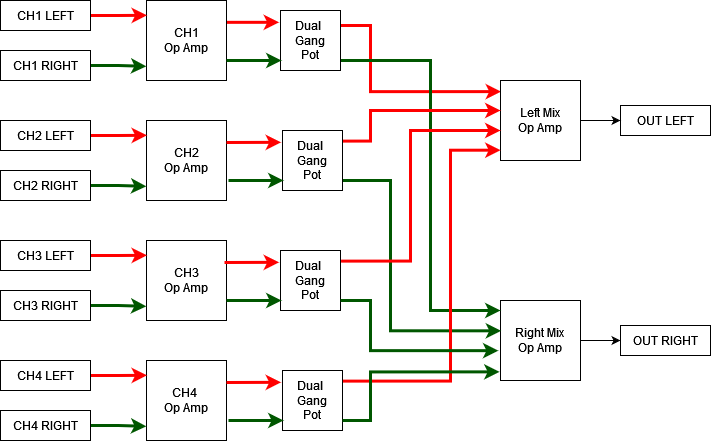
cracked-machine/Tiny4xPoweredStereoMixer keeps this draw.io diagram as BlockDiagram.drawio.png. Above is the earlier version. Source tidied: cells renumbered, new cells last; positions are measured from the earlier drawing's top-left corner, leaving out a move shared by most shapes.
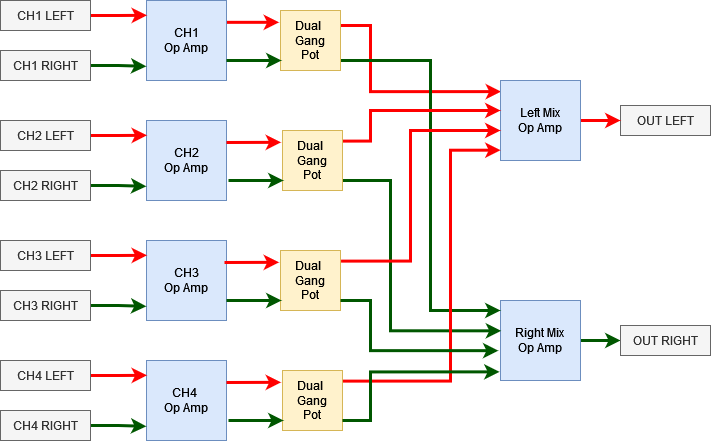
Above is the later version.

Diff of the diagram source:
```diff
@@ -5,13 +5,13 @@
     <mxCell id="2" style="rounded=0;jettySize=auto;html=1;entryX=-0.024;entryY=0.197;entryDx=0;entryDy=0;entryPerimeter=0;exitX=0.976;exitY=0.273;exitDx=0;exitDy=0;exitPerimeter=0;strokeColor=#FF0000;strokeWidth=3;" parent="1" edge="1" source="3" target="29">
       <mxGeometry relative="1" as="geometry" />
     </mxCell>
-    <mxCell id="3" value="&lt;div&gt;CH1&lt;/div&gt;&lt;div&gt;Op Amp&lt;/div&gt;" style="whiteSpace=wrap;html=1;" parent="1" vertex="1">
+    <mxCell id="3" value="&lt;div&gt;CH1&lt;/div&gt;&lt;div&gt;Op Amp&lt;/div&gt;" style="whiteSpace=wrap;html=1;fillColor=#dae8fc;strokeColor=#6c8ebf;" parent="1" vertex="1">
       <mxGeometry x="146" width="80" height="80" as="geometry" />
     </mxCell>
-    <mxCell id="4" style="edgeStyle=orthogonalEdgeStyle;rounded=0;jettySize=auto;html=1;exitX=1;exitY=0.5;exitDx=0;exitDy=0;" parent="1" edge="1" source="5" target="26">
+    <mxCell id="4" style="edgeStyle=orthogonalEdgeStyle;rounded=0;jettySize=auto;html=1;exitX=1;exitY=0.5;exitDx=0;exitDy=0;strokeColor=#005700;strokeWidth=3;" parent="1" edge="1" source="5" target="26">
       <mxGeometry relative="1" as="geometry" />
     </mxCell>
-    <mxCell id="5" value="&lt;div&gt;Right Mix&lt;br&gt;&lt;/div&gt;&lt;div&gt;Op Amp&lt;/div&gt;" style="whiteSpace=wrap;html=1;" parent="1" vertex="1">
+    <mxCell id="5" value="&lt;div&gt;Right Mix&lt;br&gt;&lt;/div&gt;&lt;div&gt;Op Amp&lt;/div&gt;" style="whiteSpace=wrap;html=1;fillColor=#dae8fc;strokeColor=#6c8ebf;" parent="1" vertex="1">
       <mxGeometry x="500" y="300" width="80" height="80" as="geometry" />
     </mxCell>
     <mxCell id="6" style="edgeStyle=orthogonalEdgeStyle;rounded=0;jettySize=auto;html=1;entryX=-0.002;entryY=0.823;entryDx=0;entryDy=0;entryPerimeter=0;exitX=1;exitY=0.5;exitDx=0;exitDy=0;fillColor=#008a00;strokeColor=#005700;strokeWidth=3;" parent="1" edge="1" source="9" target="3">
@@ -20,13 +20,13 @@
     <mxCell id="7" style="edgeStyle=orthogonalEdgeStyle;rounded=0;jettySize=auto;html=1;entryX=0.006;entryY=0.185;entryDx=0;entryDy=0;entryPerimeter=0;exitX=1;exitY=0.5;exitDx=0;exitDy=0;strokeColor=#FF0000;strokeWidth=3;" parent="1" edge="1" source="8" target="3">
       <mxGeometry relative="1" as="geometry" />
     </mxCell>
-    <mxCell id="8" value="CH1 LEFT" style="rounded=0;whiteSpace=wrap;html=1;" parent="1" vertex="1">
+    <mxCell id="8" value="CH1 LEFT" style="rounded=0;whiteSpace=wrap;html=1;fillColor=#f5f5f5;fontColor=#333333;strokeColor=#666666;" parent="1" vertex="1">
       <mxGeometry width="90" height="30" as="geometry" />
     </mxCell>
-    <mxCell id="9" value="CH1 RIGHT" style="rounded=0;whiteSpace=wrap;html=1;" parent="1" vertex="1">
+    <mxCell id="9" value="CH1 RIGHT" style="rounded=0;whiteSpace=wrap;html=1;fillColor=#f5f5f5;fontColor=#333333;strokeColor=#666666;" parent="1" vertex="1">
       <mxGeometry y="50" width="90" height="30" as="geometry" />
     </mxCell>
-    <mxCell id="10" value="&lt;div&gt;CH2&lt;/div&gt;&lt;div&gt;Op Amp&lt;/div&gt;" style="whiteSpace=wrap;html=1;" parent="1" vertex="1">
+    <mxCell id="10" value="&lt;div&gt;CH2&lt;/div&gt;&lt;div&gt;Op Amp&lt;/div&gt;" style="whiteSpace=wrap;html=1;fillColor=#dae8fc;strokeColor=#6c8ebf;" parent="1" vertex="1">
       <mxGeometry x="146" y="120" width="80" height="80" as="geometry" />
     </mxCell>
     <mxCell id="11" style="edgeStyle=orthogonalEdgeStyle;rounded=0;jettySize=auto;html=1;entryX=-0.002;entryY=0.823;entryDx=0;entryDy=0;entryPerimeter=0;exitX=1;exitY=0.5;exitDx=0;exitDy=0;fillColor=#008a00;strokeColor=#005700;strokeWidth=3;" parent="1" edge="1" source="14" target="10">
@@ -35,13 +35,13 @@
     <mxCell id="12" style="edgeStyle=orthogonalEdgeStyle;rounded=0;jettySize=auto;html=1;entryX=0.006;entryY=0.185;entryDx=0;entryDy=0;entryPerimeter=0;exitX=1;exitY=0.5;exitDx=0;exitDy=0;strokeColor=#FF0000;strokeWidth=3;" parent="1" edge="1" source="13" target="10">
       <mxGeometry relative="1" as="geometry" />
     </mxCell>
-    <mxCell id="13" value="CH2 LEFT" style="rounded=0;whiteSpace=wrap;html=1;" parent="1" vertex="1">
+    <mxCell id="13" value="CH2 LEFT" style="rounded=0;whiteSpace=wrap;html=1;fillColor=#f5f5f5;fontColor=#333333;strokeColor=#666666;" parent="1" vertex="1">
       <mxGeometry y="120" width="90" height="30" as="geometry" />
     </mxCell>
-    <mxCell id="14" value="CH2 RIGHT" style="rounded=0;whiteSpace=wrap;html=1;" parent="1" vertex="1">
+    <mxCell id="14" value="CH2 RIGHT" style="rounded=0;whiteSpace=wrap;html=1;fillColor=#f5f5f5;fontColor=#333333;strokeColor=#666666;" parent="1" vertex="1">
       <mxGeometry y="170" width="90" height="30" as="geometry" />
     </mxCell>
-    <mxCell id="15" value="&lt;div&gt;CH3&lt;/div&gt;&lt;div&gt;Op Amp&lt;/div&gt;" style="whiteSpace=wrap;html=1;" parent="1" vertex="1">
+    <mxCell id="15" value="&lt;div&gt;CH3&lt;/div&gt;&lt;div&gt;Op Amp&lt;/div&gt;" style="whiteSpace=wrap;html=1;fillColor=#dae8fc;strokeColor=#6c8ebf;" parent="1" vertex="1">
       <mxGeometry x="146" y="240" width="80" height="80" as="geometry" />
     </mxCell>
     <mxCell id="16" style="edgeStyle=orthogonalEdgeStyle;rounded=0;jettySize=auto;html=1;entryX=-0.002;entryY=0.823;entryDx=0;entryDy=0;entryPerimeter=0;exitX=1;exitY=0.5;exitDx=0;exitDy=0;fillColor=#008a00;strokeColor=#005700;strokeWidth=3;" parent="1" edge="1" source="19" target="15">
@@ -50,13 +50,13 @@
     <mxCell id="17" style="edgeStyle=orthogonalEdgeStyle;rounded=0;jettySize=auto;html=1;entryX=0.006;entryY=0.185;entryDx=0;entryDy=0;entryPerimeter=0;exitX=1;exitY=0.5;exitDx=0;exitDy=0;strokeColor=#FF0000;strokeWidth=3;" parent="1" edge="1" source="18" target="15">
       <mxGeometry relative="1" as="geometry" />
     </mxCell>
-    <mxCell id="18" value="CH3 LEFT" style="rounded=0;whiteSpace=wrap;html=1;" parent="1" vertex="1">
+    <mxCell id="18" value="CH3 LEFT" style="rounded=0;whiteSpace=wrap;html=1;fillColor=#f5f5f5;fontColor=#333333;strokeColor=#666666;" parent="1" vertex="1">
       <mxGeometry y="240" width="90" height="30" as="geometry" />
     </mxCell>
-    <mxCell id="19" value="CH3 RIGHT" style="rounded=0;whiteSpace=wrap;html=1;" parent="1" vertex="1">
+    <mxCell id="19" value="CH3 RIGHT" style="rounded=0;whiteSpace=wrap;html=1;fillColor=#f5f5f5;fontColor=#333333;strokeColor=#666666;" parent="1" vertex="1">
       <mxGeometry y="290" width="90" height="30" as="geometry" />
     </mxCell>
-    <mxCell id="20" value="&lt;div&gt;CH4&amp;nbsp;&lt;/div&gt;&lt;div&gt;Op Amp&lt;/div&gt;" style="whiteSpace=wrap;html=1;" parent="1" vertex="1">
+    <mxCell id="20" value="&lt;div&gt;CH4&amp;nbsp;&lt;/div&gt;&lt;div&gt;Op Amp&lt;/div&gt;" style="whiteSpace=wrap;html=1;fillColor=#dae8fc;strokeColor=#6c8ebf;" parent="1" vertex="1">
       <mxGeometry x="146" y="360" width="80" height="80" as="geometry" />
     </mxCell>
     <mxCell id="21" style="edgeStyle=orthogonalEdgeStyle;rounded=0;jettySize=auto;html=1;entryX=-0.002;entryY=0.823;entryDx=0;entryDy=0;entryPerimeter=0;exitX=1;exitY=0.5;exitDx=0;exitDy=0;fillColor=#008a00;strokeColor=#005700;strokeWidth=3;" parent="1" edge="1" source="24" target="20">
@@ -65,16 +65,16 @@
     <mxCell id="22" style="edgeStyle=orthogonalEdgeStyle;rounded=0;jettySize=auto;html=1;entryX=0.006;entryY=0.185;entryDx=0;entryDy=0;entryPerimeter=0;exitX=1;exitY=0.5;exitDx=0;exitDy=0;strokeColor=#FF0000;strokeWidth=3;" parent="1" edge="1" source="23" target="20">
       <mxGeometry relative="1" as="geometry" />
     </mxCell>
-    <mxCell id="23" value="CH4 LEFT" style="rounded=0;whiteSpace=wrap;html=1;" parent="1" vertex="1">
+    <mxCell id="23" value="CH4 LEFT" style="rounded=0;whiteSpace=wrap;html=1;fillColor=#f5f5f5;fontColor=#333333;strokeColor=#666666;" parent="1" vertex="1">
       <mxGeometry y="360" width="90" height="30" as="geometry" />
     </mxCell>
-    <mxCell id="24" value="CH4 RIGHT" style="rounded=0;whiteSpace=wrap;html=1;" parent="1" vertex="1">
+    <mxCell id="24" value="CH4 RIGHT" style="rounded=0;whiteSpace=wrap;html=1;fillColor=#f5f5f5;fontColor=#333333;strokeColor=#666666;" parent="1" vertex="1">
       <mxGeometry y="410" width="90" height="30" as="geometry" />
     </mxCell>
-    <mxCell id="25" value="OUT LEFT" style="rounded=0;whiteSpace=wrap;html=1;" parent="1" vertex="1">
+    <mxCell id="25" value="OUT LEFT" style="rounded=0;whiteSpace=wrap;html=1;fillColor=#f5f5f5;fontColor=#333333;strokeColor=#666666;" parent="1" vertex="1">
       <mxGeometry x="620" y="105" width="90" height="30" as="geometry" />
     </mxCell>
-    <mxCell id="26" value="OUT RIGHT" style="rounded=0;whiteSpace=wrap;html=1;" parent="1" vertex="1">
+    <mxCell id="26" value="OUT RIGHT" style="rounded=0;whiteSpace=wrap;html=1;fillColor=#f5f5f5;fontColor=#333333;strokeColor=#666666;" parent="1" vertex="1">
       <mxGeometry x="620" y="325" width="90" height="30" as="geometry" />
     </mxCell>
     <mxCell id="27" style="edgeStyle=orthogonalEdgeStyle;rounded=0;jettySize=auto;html=1;entryX=0.007;entryY=0.139;entryDx=0;entryDy=0;exitX=1;exitY=0.25;exitDx=0;exitDy=0;entryPerimeter=0;strokeColor=#FF0000;strokeWidth=3;" parent="1" edge="1" source="29" target="32">
@@ -93,7 +93,7 @@
         </Array>
       </mxGeometry>
     </mxCell>
-    <mxCell id="29" value="&lt;div&gt;Dual&amp;nbsp;&lt;/div&gt;&lt;div&gt;Gang &lt;br&gt;&lt;/div&gt;&lt;div&gt;Pot&lt;br&gt;&lt;/div&gt;" style="whiteSpace=wrap;html=1;" parent="1" vertex="1">
+    <mxCell id="29" value="&lt;div&gt;Dual&amp;nbsp;&lt;/div&gt;&lt;div&gt;Gang &lt;br&gt;&lt;/div&gt;&lt;div&gt;Pot&lt;br&gt;&lt;/div&gt;" style="whiteSpace=wrap;html=1;fillColor=#fff2cc;strokeColor=#d6b656;" parent="1" vertex="1">
       <mxGeometry x="280" y="10" width="60" height="60" as="geometry" />
     </mxCell>
     <mxCell id="30" style="rounded=0;orthogonalLoop=1;jettySize=auto;html=1;entryX=-0.024;entryY=0.197;entryDx=0;entryDy=0;entryPerimeter=0;exitX=0.976;exitY=0.273;exitDx=0;exitDy=0;exitPerimeter=0;fillColor=#008a00;strokeColor=#005700;strokeWidth=3;" parent="1" edge="1">
@@ -102,10 +102,10 @@
         <mxPoint x="281" y="60" as="targetPoint" />
       </mxGeometry>
     </mxCell>
-    <mxCell id="31" style="edgeStyle=orthogonalEdgeStyle;rounded=0;jettySize=auto;html=1;entryX=0;entryY=0.5;entryDx=0;entryDy=0;" parent="1" edge="1" source="32" target="25">
+    <mxCell id="31" style="edgeStyle=orthogonalEdgeStyle;rounded=0;jettySize=auto;html=1;entryX=0;entryY=0.5;entryDx=0;entryDy=0;strokeColor=#FF0000;strokeWidth=3;" parent="1" edge="1" source="32" target="25">
       <mxGeometry relative="1" as="geometry" />
     </mxCell>
-    <mxCell id="32" value="&lt;div&gt;Left Mix&lt;br&gt;&lt;/div&gt;&lt;div&gt;Op Amp&lt;/div&gt;" style="whiteSpace=wrap;html=1;" parent="1" vertex="1">
+    <mxCell id="32" value="&lt;div&gt;Left Mix&lt;br&gt;&lt;/div&gt;&lt;div&gt;Op Amp&lt;/div&gt;" style="whiteSpace=wrap;html=1;fillColor=#dae8fc;strokeColor=#6c8ebf;" parent="1" vertex="1">
       <mxGeometry x="500" y="80" width="80" height="80" as="geometry" />
     </mxCell>
     <mxCell id="33" style="rounded=0;jettySize=auto;html=1;entryX=-0.024;entryY=0.197;entryDx=0;entryDy=0;entryPerimeter=0;exitX=0.976;exitY=0.273;exitDx=0;exitDy=0;exitPerimeter=0;strokeColor=#FF0000;strokeWidth=3;" parent="1" edge="1" target="36">
@@ -130,7 +130,7 @@
         </Array>
       </mxGeometry>
     </mxCell>
-    <mxCell id="36" value="&lt;div&gt;Dual&amp;nbsp;&lt;/div&gt;&lt;div&gt;Gang &lt;br&gt;&lt;/div&gt;&lt;div&gt;Pot&lt;br&gt;&lt;/div&gt;" style="whiteSpace=wrap;html=1;" parent="1" vertex="1">
+    <mxCell id="36" value="&lt;div&gt;Dual&amp;nbsp;&lt;/div&gt;&lt;div&gt;Gang &lt;br&gt;&lt;/div&gt;&lt;div&gt;Pot&lt;br&gt;&lt;/div&gt;" style="whiteSpace=wrap;html=1;fillColor=#fff2cc;strokeColor=#d6b656;" parent="1" vertex="1">
       <mxGeometry x="282" y="130" width="60" height="60" as="geometry" />
     </mxCell>
     <mxCell id="37" style="rounded=0;orthogonalLoop=1;jettySize=auto;html=1;entryX=-0.024;entryY=0.197;entryDx=0;entryDy=0;entryPerimeter=0;exitX=0.976;exitY=0.273;exitDx=0;exitDy=0;exitPerimeter=0;fillColor=#008a00;strokeColor=#005700;strokeWidth=3;" parent="1" edge="1">
@@ -153,7 +153,7 @@
         </Array>
       </mxGeometry>
     </mxCell>
-    <mxCell id="40" value="&lt;div&gt;Dual&amp;nbsp;&lt;/div&gt;&lt;div&gt;Gang &lt;br&gt;&lt;/div&gt;&lt;div&gt;Pot&lt;br&gt;&lt;/div&gt;" style="whiteSpace=wrap;html=1;" parent="1" vertex="1">
+    <mxCell id="40" value="&lt;div&gt;Dual&amp;nbsp;&lt;/div&gt;&lt;div&gt;Gang &lt;br&gt;&lt;/div&gt;&lt;div&gt;Pot&lt;br&gt;&lt;/div&gt;" style="whiteSpace=wrap;html=1;fillColor=#fff2cc;strokeColor=#d6b656;" parent="1" vertex="1">
       <mxGeometry x="280" y="250" width="60" height="60" as="geometry" />
     </mxCell>
     <mxCell id="41" style="rounded=0;orthogonalLoop=1;jettySize=auto;html=1;entryX=-0.024;entryY=0.197;entryDx=0;entryDy=0;entryPerimeter=0;exitX=0.976;exitY=0.273;exitDx=0;exitDy=0;exitPerimeter=0;fillColor=#008a00;strokeColor=#005700;strokeWidth=3;" parent="1" edge="1">
@@ -167,7 +167,7 @@
         <mxPoint x="226" y="382" as="sourcePoint" />
       </mxGeometry>
     </mxCell>
-    <mxCell id="43" value="&lt;div&gt;Dual&amp;nbsp;&lt;/div&gt;&lt;div&gt;Gang &lt;br&gt;&lt;/div&gt;&lt;div&gt;Pot&lt;br&gt;&lt;/div&gt;" style="whiteSpace=wrap;html=1;" parent="1" vertex="1">
+    <mxCell id="43" value="&lt;div&gt;Dual&amp;nbsp;&lt;/div&gt;&lt;div&gt;Gang &lt;br&gt;&lt;/div&gt;&lt;div&gt;Pot&lt;br&gt;&lt;/div&gt;" style="whiteSpace=wrap;html=1;fillColor=#fff2cc;strokeColor=#d6b656;" parent="1" vertex="1">
       <mxGeometry x="282" y="370" width="60" height="60" as="geometry" />
     </mxCell>
     <mxCell id="44" style="rounded=0;orthogonalLoop=1;jettySize=auto;html=1;entryX=-0.024;entryY=0.197;entryDx=0;entryDy=0;entryPerimeter=0;exitX=0.976;exitY=0.273;exitDx=0;exitDy=0;exitPerimeter=0;fillColor=#008a00;strokeColor=#005700;strokeWidth=3;" parent="1" edge="1">
```
